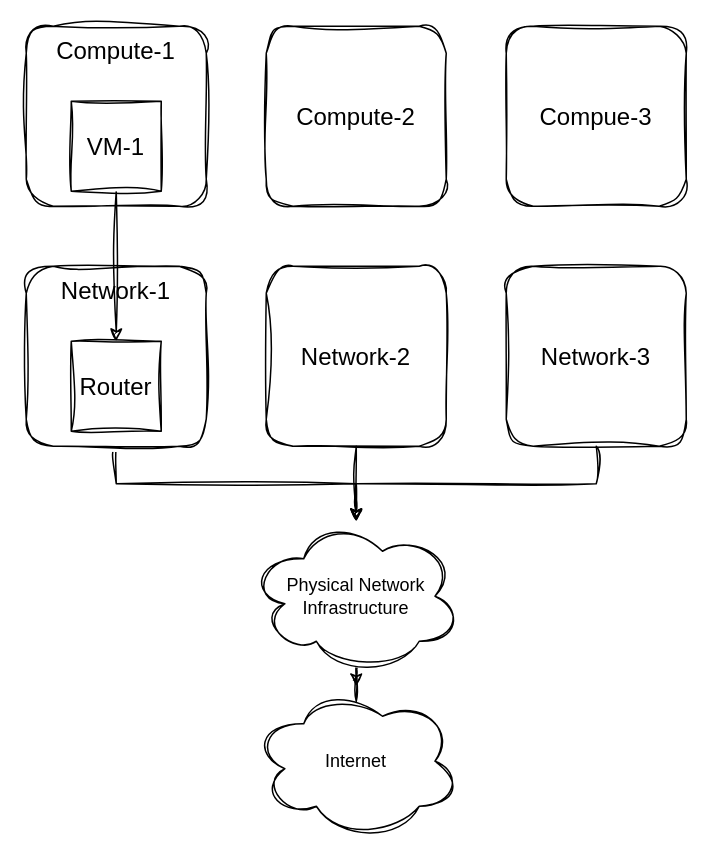
This is page "欧拉-1" (9 of 11) of openstack.drawio from wangkuntian/draw, a draw.io file, before an edit. Source tidied: cells renumbered, new cells numbered last; positions are measured from the earlier drawing's top-left corner, leaving out a move shared by most shapes. Both pictures are drawn from the tidied source at 150%, with x=0, y=0 at pixel (26, 26).
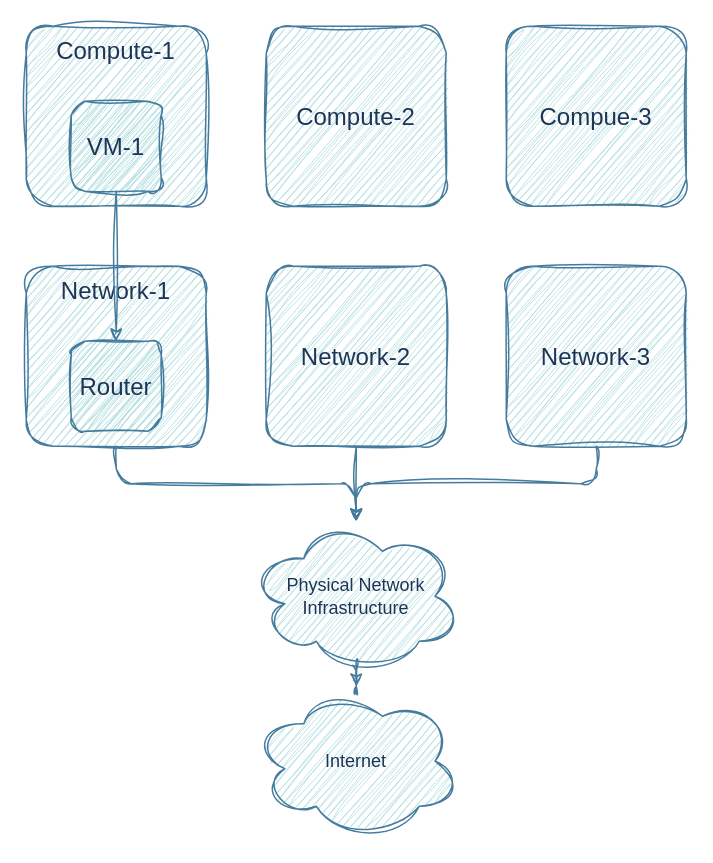
Above is the later version.

What changed in the source:
```diff
@@
 <mxGraphModel>
   <root>
     <mxCell id="0" />
     <mxCell id="1" parent="0" />
-    <mxCell id="2" value="Compute-1" style="rounded=1;hachureGap=4;fontFamily=Helvetica;fontSize=16;verticalAlign=top;sketch=1;curveFitting=1;jiggle=2;whiteSpace=wrap;html=1;" parent="1" vertex="1">
+    <mxCell id="2" value="Compute-1" style="rounded=1;hachureGap=4;fontFamily=Helvetica;fontSize=16;verticalAlign=top;sketch=1;curveFitting=1;jiggle=2;whiteSpace=wrap;html=1;labelBackgroundColor=none;fillColor=#A8DADC;strokeColor=#457B9D;fontColor=#1D3557;" parent="1" vertex="1">
       <mxGeometry width="120" height="120" as="geometry" />
     </mxCell>
-    <mxCell id="3" value="Compute-2" style="rounded=1;hachureGap=4;fontFamily=Helvetica;fontSize=16;verticalAlign=middle;sketch=1;curveFitting=1;jiggle=2;whiteSpace=wrap;html=1;" parent="1" vertex="1">
+    <mxCell id="3" value="Compute-2" style="rounded=1;hachureGap=4;fontFamily=Helvetica;fontSize=16;verticalAlign=middle;sketch=1;curveFitting=1;jiggle=2;whiteSpace=wrap;html=1;labelBackgroundColor=none;fillColor=#A8DADC;strokeColor=#457B9D;fontColor=#1D3557;" parent="1" vertex="1">
       <mxGeometry x="160" width="120" height="120" as="geometry" />
     </mxCell>
-    <mxCell id="4" value="Compue-3" style="rounded=1;hachureGap=4;fontFamily=Helvetica;fontSize=16;verticalAlign=middle;sketch=1;curveFitting=1;jiggle=2;whiteSpace=wrap;html=1;" parent="1" vertex="1">
+    <mxCell id="4" value="Compue-3" style="rounded=1;hachureGap=4;fontFamily=Helvetica;fontSize=16;verticalAlign=middle;sketch=1;curveFitting=1;jiggle=2;whiteSpace=wrap;html=1;labelBackgroundColor=none;fillColor=#A8DADC;strokeColor=#457B9D;fontColor=#1D3557;" parent="1" vertex="1">
       <mxGeometry x="320" width="120" height="120" as="geometry" />
     </mxCell>
-    <mxCell id="5" style="edgeStyle=orthogonalEdgeStyle;rounded=0;jettySize=auto;exitX=0.5;exitY=1;exitDx=0;exitDy=0;sketch=1;curveFitting=1;jiggle=2;html=1;" parent="1" edge="1" source="6" target="15">
+    <mxCell id="5" style="edgeStyle=orthogonalEdgeStyle;rounded=1;jettySize=auto;exitX=0.5;exitY=1;exitDx=0;exitDy=0;sketch=1;curveFitting=1;jiggle=2;html=1;labelBackgroundColor=none;strokeColor=#457B9D;fontColor=default;" parent="1" edge="1" source="6" target="15">
       <mxGeometry relative="1" as="geometry" />
     </mxCell>
-    <mxCell id="6" value="Network-1" style="rounded=1;hachureGap=4;fontFamily=Helvetica;fontSize=16;verticalAlign=top;sketch=1;curveFitting=1;jiggle=2;whiteSpace=wrap;html=1;" parent="1" vertex="1">
+    <mxCell id="6" value="Network-1" style="rounded=1;hachureGap=4;fontFamily=Helvetica;fontSize=16;verticalAlign=top;sketch=1;curveFitting=1;jiggle=2;whiteSpace=wrap;html=1;labelBackgroundColor=none;fillColor=#A8DADC;strokeColor=#457B9D;fontColor=#1D3557;" parent="1" vertex="1">
       <mxGeometry y="160" width="120" height="120" as="geometry" />
     </mxCell>
-    <mxCell id="7" style="edgeStyle=orthogonalEdgeStyle;rounded=0;jettySize=auto;exitX=0.5;exitY=1;exitDx=0;exitDy=0;sketch=1;curveFitting=1;jiggle=2;html=1;" parent="1" edge="1" source="8" target="15">
+    <mxCell id="7" style="edgeStyle=orthogonalEdgeStyle;rounded=1;jettySize=auto;exitX=0.5;exitY=1;exitDx=0;exitDy=0;sketch=1;curveFitting=1;jiggle=2;html=1;labelBackgroundColor=none;strokeColor=#457B9D;fontColor=default;" parent="1" edge="1" source="8" target="15">
       <mxGeometry relative="1" as="geometry" />
     </mxCell>
-    <mxCell id="8" value="Network-2" style="rounded=1;hachureGap=4;fontFamily=Helvetica;fontSize=16;verticalAlign=middle;sketch=1;curveFitting=1;jiggle=2;whiteSpace=wrap;html=1;" parent="1" vertex="1">
+    <mxCell id="8" value="Network-2" style="rounded=1;hachureGap=4;fontFamily=Helvetica;fontSize=16;verticalAlign=middle;sketch=1;curveFitting=1;jiggle=2;whiteSpace=wrap;html=1;labelBackgroundColor=none;fillColor=#A8DADC;strokeColor=#457B9D;fontColor=#1D3557;" parent="1" vertex="1">
       <mxGeometry x="160" y="160" width="120" height="120" as="geometry" />
     </mxCell>
-    <mxCell id="9" style="edgeStyle=orthogonalEdgeStyle;rounded=0;jettySize=auto;exitX=0.5;exitY=1;exitDx=0;exitDy=0;sketch=1;curveFitting=1;jiggle=2;html=1;" parent="1" edge="1" source="10" target="15">
+    <mxCell id="9" style="edgeStyle=orthogonalEdgeStyle;rounded=1;jettySize=auto;exitX=0.5;exitY=1;exitDx=0;exitDy=0;sketch=1;curveFitting=1;jiggle=2;html=1;labelBackgroundColor=none;strokeColor=#457B9D;fontColor=default;" parent="1" edge="1" source="10" target="15">
       <mxGeometry relative="1" as="geometry" />
     </mxCell>
-    <mxCell id="10" value="Network-3" style="rounded=1;hachureGap=4;fontFamily=Helvetica;fontSize=16;verticalAlign=middle;sketch=1;curveFitting=1;jiggle=2;whiteSpace=wrap;html=1;" parent="1" vertex="1">
+    <mxCell id="10" value="Network-3" style="rounded=1;hachureGap=4;fontFamily=Helvetica;fontSize=16;verticalAlign=middle;sketch=1;curveFitting=1;jiggle=2;whiteSpace=wrap;html=1;labelBackgroundColor=none;fillColor=#A8DADC;strokeColor=#457B9D;fontColor=#1D3557;" parent="1" vertex="1">
       <mxGeometry x="320" y="160" width="120" height="120" as="geometry" />
     </mxCell>
-    <mxCell id="11" style="edgeStyle=orthogonalEdgeStyle;rounded=0;jettySize=auto;sketch=1;curveFitting=1;jiggle=2;html=1;" parent="1" edge="1" source="12" target="13">
+    <mxCell id="11" style="edgeStyle=orthogonalEdgeStyle;rounded=1;jettySize=auto;sketch=1;curveFitting=1;jiggle=2;html=1;labelBackgroundColor=none;strokeColor=#457B9D;fontColor=default;" parent="1" edge="1" source="12" target="13">
       <mxGeometry relative="1" as="geometry" />
     </mxCell>
-    <mxCell id="12" value="VM-1" style="hachureGap=4;fontFamily=Helvetica;fontSize=16;sketch=1;curveFitting=1;jiggle=2;whiteSpace=wrap;html=1;" parent="1" vertex="1">
+    <mxCell id="12" value="VM-1" style="hachureGap=4;fontFamily=Helvetica;fontSize=16;sketch=1;curveFitting=1;jiggle=2;whiteSpace=wrap;html=1;labelBackgroundColor=none;fillColor=#A8DADC;strokeColor=#457B9D;fontColor=#1D3557;rounded=1;" parent="1" vertex="1">
       <mxGeometry x="30" y="50" width="60" height="60" as="geometry" />
     </mxCell>
-    <mxCell id="13" value="Router" style="hachureGap=4;fontFamily=Helvetica;fontSize=16;sketch=1;curveFitting=1;jiggle=2;whiteSpace=wrap;html=1;" parent="1" vertex="1">
+    <mxCell id="13" value="Router" style="hachureGap=4;fontFamily=Helvetica;fontSize=16;sketch=1;curveFitting=1;jiggle=2;whiteSpace=wrap;html=1;labelBackgroundColor=none;fillColor=#A8DADC;strokeColor=#457B9D;fontColor=#1D3557;rounded=1;" parent="1" vertex="1">
       <mxGeometry x="30" y="210" width="60" height="60" as="geometry" />
     </mxCell>
-    <mxCell id="14" style="edgeStyle=orthogonalEdgeStyle;rounded=0;jettySize=auto;sketch=1;curveFitting=1;jiggle=2;html=1;" parent="1" edge="1" source="15" target="16">
+    <mxCell id="14" style="edgeStyle=orthogonalEdgeStyle;rounded=1;jettySize=auto;sketch=1;curveFitting=1;jiggle=2;html=1;labelBackgroundColor=none;strokeColor=#457B9D;fontColor=default;" parent="1" edge="1" source="15" target="16">
       <mxGeometry relative="1" as="geometry" />
     </mxCell>
-    <mxCell id="15" value="Physical Network Infrastructure" style="ellipse;shape=cloud;sketch=1;curveFitting=1;jiggle=2;whiteSpace=wrap;html=1;" parent="1" vertex="1">
+    <mxCell id="15" value="Physical Network Infrastructure" style="ellipse;shape=cloud;sketch=1;curveFitting=1;jiggle=2;whiteSpace=wrap;html=1;labelBackgroundColor=none;fillColor=#A8DADC;strokeColor=#457B9D;fontColor=#1D3557;rounded=1;" parent="1" vertex="1">
       <mxGeometry x="150" y="330" width="140" height="100" as="geometry" />
     </mxCell>
-    <mxCell id="16" value="Internet" style="ellipse;shape=cloud;sketch=1;curveFitting=1;jiggle=2;whiteSpace=wrap;html=1;" parent="1" vertex="1">
+    <mxCell id="16" value="Internet" style="ellipse;shape=cloud;sketch=1;curveFitting=1;jiggle=2;whiteSpace=wrap;html=1;labelBackgroundColor=none;fillColor=#A8DADC;strokeColor=#457B9D;fontColor=#1D3557;rounded=1;" parent="1" vertex="1">
       <mxGeometry x="150" y="440" width="140" height="100" as="geometry" />
     </mxCell>
   </root>
 </mxGraphModel>
```
